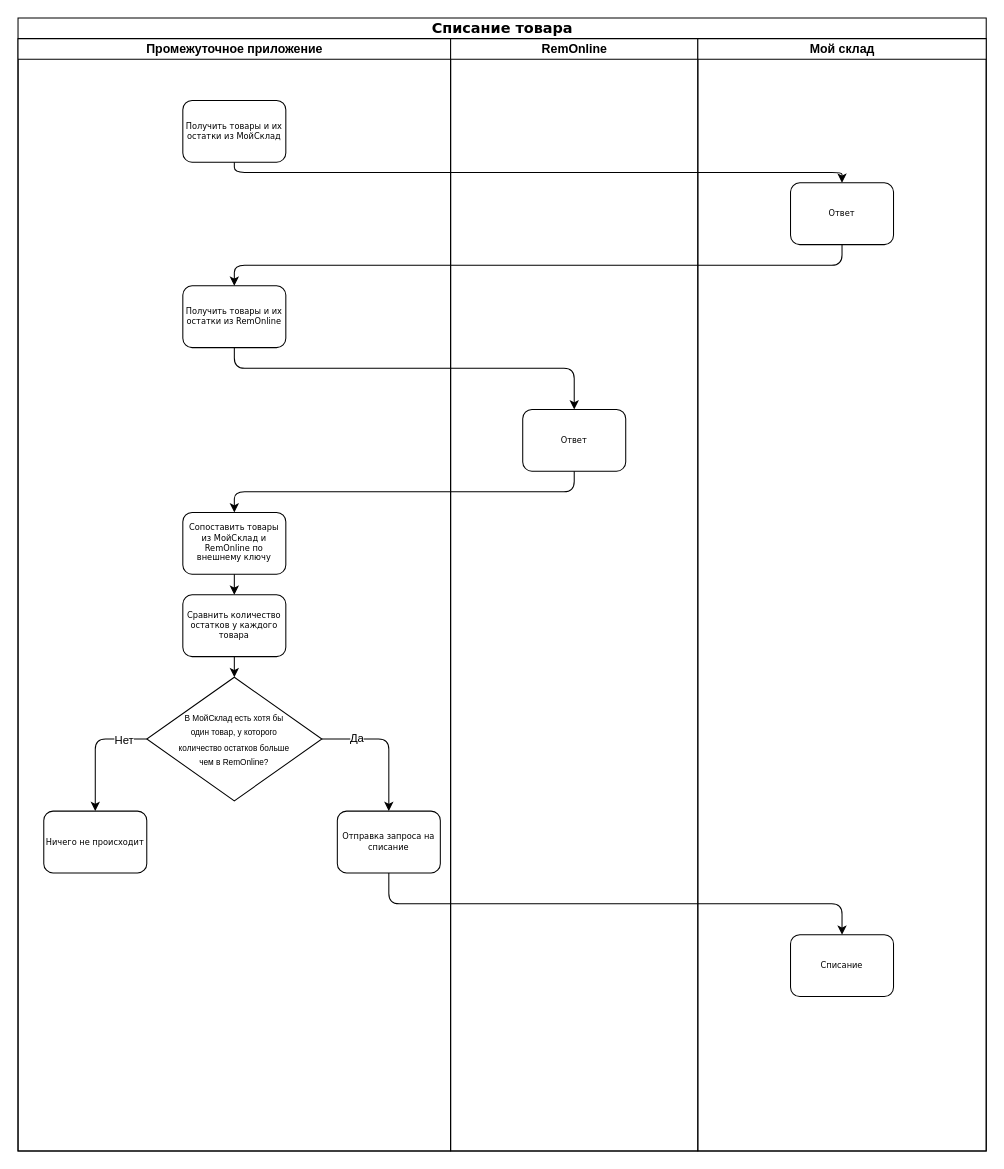
This is oneservicestore.ru/MoySkladRemOnlineIntegration.drawio from sibcodeteam/projects-drawio, a draw.io file, before an edit. Source tidied: cells renumbered, new cells numbered last; positions are measured from the earlier drawing's top-left corner, leaving out a move shared by most shapes. Both pictures are drawn from the tidied source at 103%, with x=0, y=0 at pixel (18, 18).
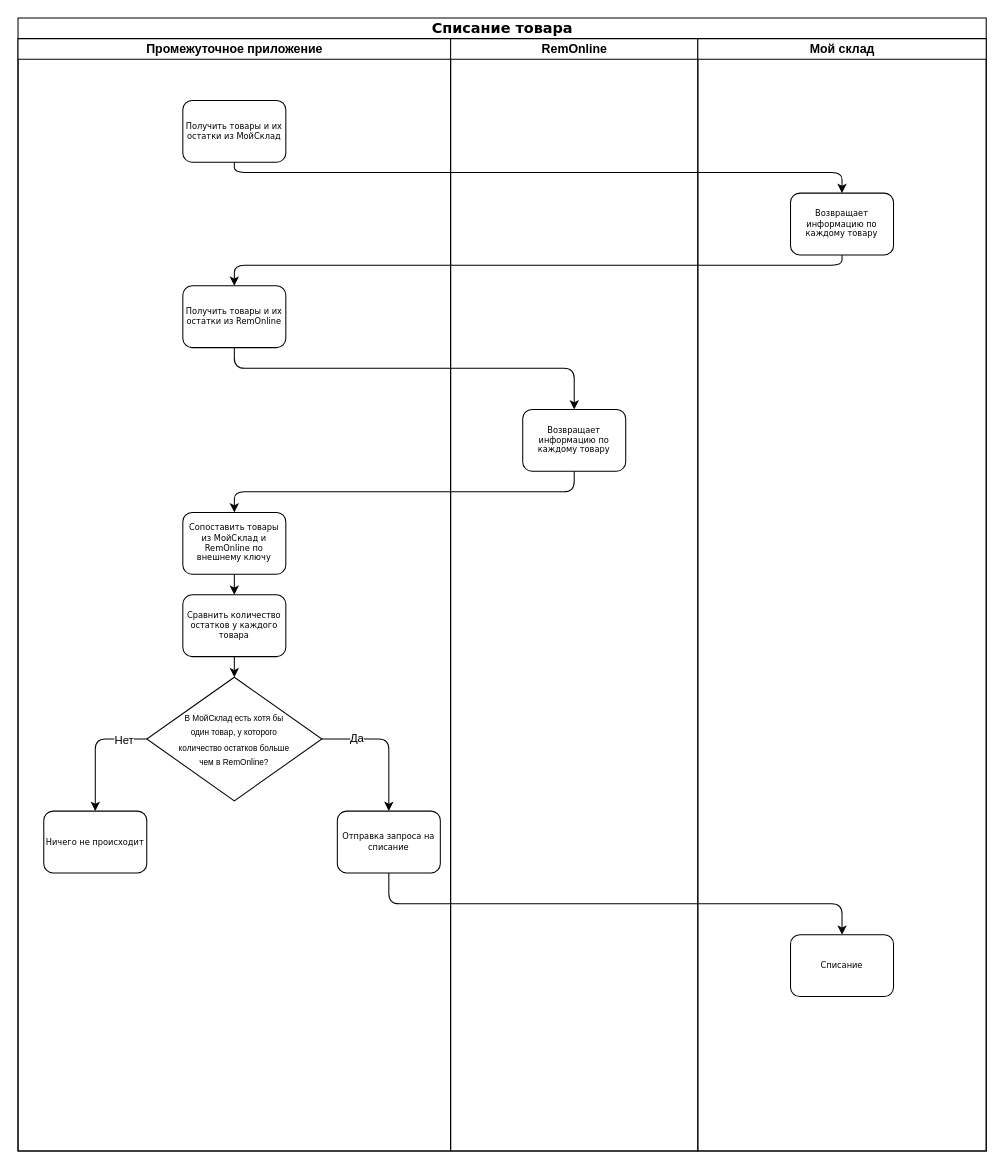
The same diagram, later.

Unchanged cells that the change refers to:
```xml
<mxCell id="17" value="RemOnline" style="swimlane;html=1;startSize=20;" parent="2" vertex="1">
  <mxGeometry x="420" y="20" width="240" height="1080" as="geometry" />
</mxCell>
<mxCell id="20" value="Мой склад" style="swimlane;html=1;startSize=20;" parent="2" vertex="1">
  <mxGeometry x="660" y="20" width="280" height="1080" as="geometry" />
</mxCell>
```

Diff of the diagram source:
```diff
@@
-    <mxCell id="18" value="Ответ" style="rounded=1;whiteSpace=wrap;html=1;shadow=0;labelBackgroundColor=none;strokeWidth=1;fontFamily=Verdana;fontSize=8;align=center;" parent="17" vertex="1">
+    <mxCell id="18" value="Возвращает информацию по каждому товару" style="rounded=1;whiteSpace=wrap;html=1;shadow=0;labelBackgroundColor=none;strokeWidth=1;fontFamily=Verdana;fontSize=8;align=center;" parent="17" vertex="1">
       <mxGeometry x="70" y="360" width="100" height="60" as="geometry" />
     </mxCell>
@@
-    <mxCell id="21" value="Ответ" style="rounded=1;whiteSpace=wrap;html=1;shadow=0;labelBackgroundColor=none;strokeWidth=1;fontFamily=Verdana;fontSize=8;align=center;" parent="20" vertex="1">
-      <mxGeometry x="90" y="140" width="100" height="60" as="geometry" />
+    <mxCell id="21" value="Возвращает информацию по каждому товару" style="rounded=1;whiteSpace=wrap;html=1;shadow=0;labelBackgroundColor=none;strokeWidth=1;fontFamily=Verdana;fontSize=8;align=center;" parent="20" vertex="1">
+      <mxGeometry x="90" y="150" width="100" height="60" as="geometry" />
     </mxCell>
```
